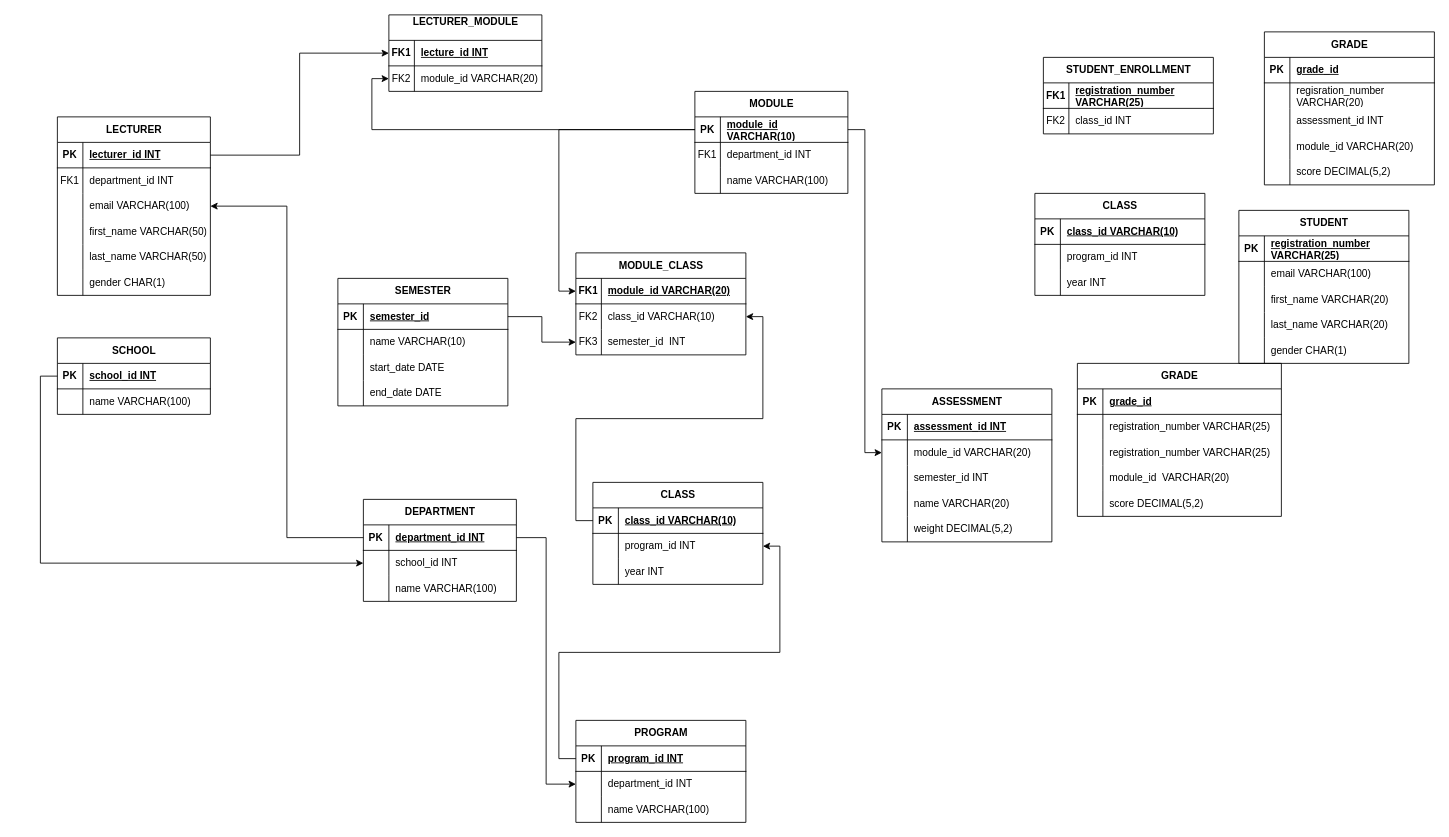
Before: drawio.drawio in Keirontheprogrammer/WEB-Assignment, a draw.io diagram. Source tidied: cells renumbered, new cells numbered last; positions are measured from the earlier drawing's top-left corner, leaving out a move shared by most shapes. Both pictures are drawn from the tidied source at 85%, with x=0, y=0 at pixel (57, 14).
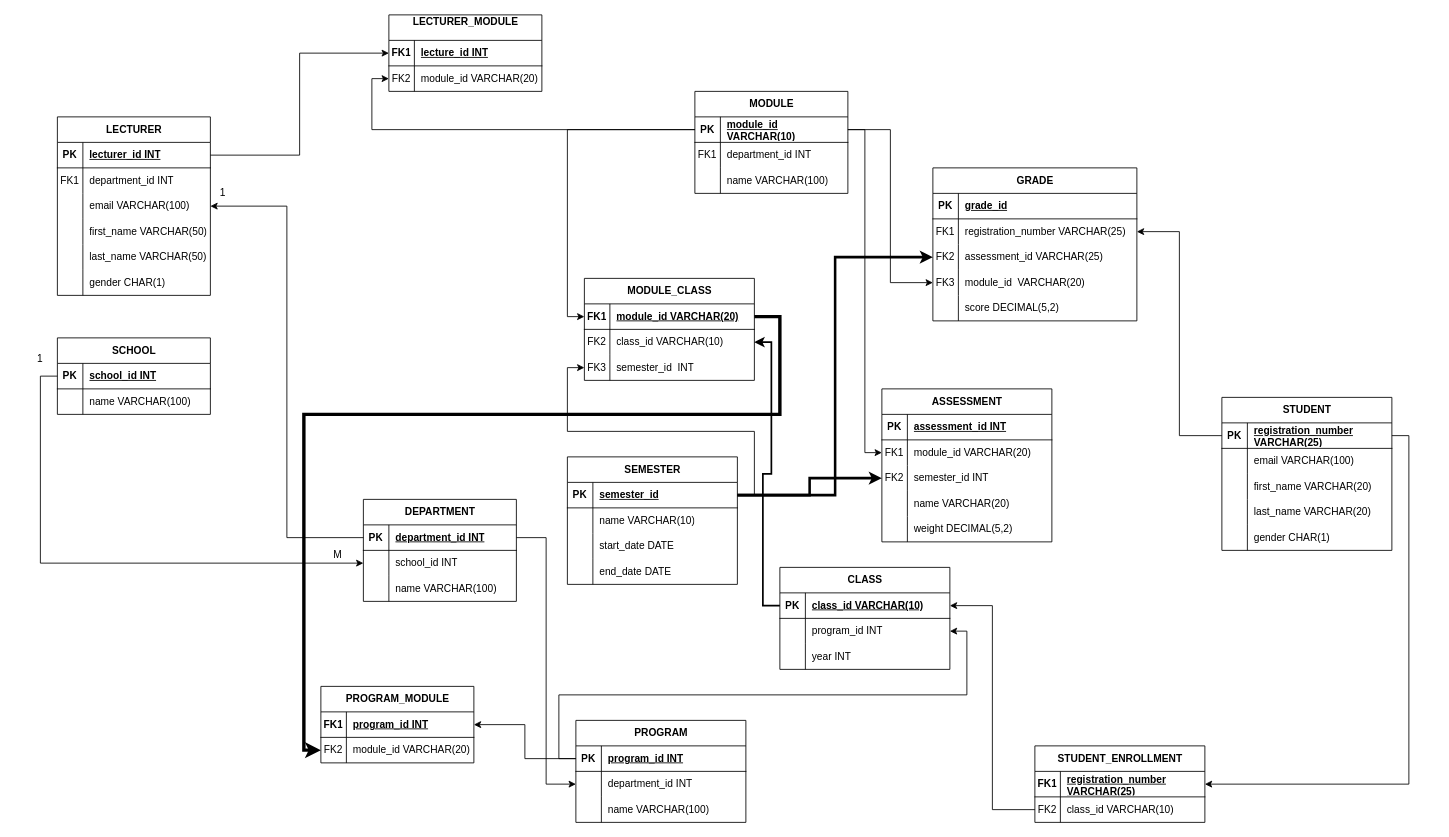
The same diagram, later.

Unchanged cells that the change refers to:
```xml
<mxCell id="39" style="shape=tableRow;horizontal=0;startSize=0;swimlaneHead=0;swimlaneBody=0;fillColor=none;points=[[0,0.5],[1,0.5]];portConstraint=eastwest;top=0;left=0;right=0;bottom=1;" parent="38" vertex="1">
  <mxGeometry y="30" width="180" height="30" as="geometry" />
</mxCell>
<mxCell id="56" style="shape=tableRow;horizontal=0;startSize=0;swimlaneHead=0;swimlaneBody=0;fillColor=none;points=[[0,0.5],[1,0.5]];portConstraint=eastwest;top=0;left=0;right=0;bottom=1;" parent="55" vertex="1">
  <mxGeometry y="30" width="200" height="30" as="geometry" />
</mxCell>
<mxCell id="59" style="shape=tableRow;horizontal=0;startSize=0;swimlaneHead=0;swimlaneBody=0;fillColor=none;points=[[0,0.5],[1,0.5]];portConstraint=eastwest;top=0;left=0;right=0;bottom=0;" parent="55" vertex="1">
  <mxGeometry y="60" width="200" height="30" as="geometry" />
</mxCell>
<mxCell id="66" style="shape=tableRow;horizontal=0;startSize=0;swimlaneHead=0;swimlaneBody=0;fillColor=none;points=[[0,0.5],[1,0.5]];portConstraint=eastwest;top=0;left=0;right=0;bottom=1;" parent="65" vertex="1">
  <mxGeometry y="30" width="200" height="30" as="geometry" />
</mxCell>
<mxCell id="82" style="shape=tableRow;horizontal=0;startSize=0;swimlaneHead=0;swimlaneBody=0;fillColor=none;points=[[0,0.5],[1,0.5]];portConstraint=eastwest;top=0;left=0;right=0;bottom=0;" parent="78" vertex="1">
  <mxGeometry y="60" width="200" height="30" as="geometry" />
</mxCell>
<mxCell id="85" style="shape=tableRow;horizontal=0;startSize=0;swimlaneHead=0;swimlaneBody=0;fillColor=none;points=[[0,0.5],[1,0.5]];portConstraint=eastwest;top=0;left=0;right=0;bottom=0;" parent="78" vertex="1">
  <mxGeometry y="90" width="200" height="30" as="geometry" />
</mxCell>
<mxCell id="108" style="shape=tableRow;horizontal=0;startSize=0;swimlaneHead=0;swimlaneBody=0;fillColor=none;points=[[0,0.5],[1,0.5]];portConstraint=eastwest;top=0;left=0;right=0;bottom=0;" parent="104" vertex="1">
  <mxGeometry y="60" width="240" height="30" as="geometry" />
</mxCell>
<mxCell id="111" style="shape=tableRow;horizontal=0;startSize=0;swimlaneHead=0;swimlaneBody=0;fillColor=none;points=[[0,0.5],[1,0.5]];portConstraint=eastwest;top=0;left=0;right=0;bottom=0;" parent="104" vertex="1">
  <mxGeometry y="90" width="240" height="30" as="geometry" />
</mxCell>
<mxCell id="114" style="shape=tableRow;horizontal=0;startSize=0;swimlaneHead=0;swimlaneBody=0;fillColor=none;points=[[0,0.5],[1,0.5]];portConstraint=eastwest;top=0;left=0;right=0;bottom=0;" parent="104" vertex="1">
  <mxGeometry y="120" width="240" height="30" as="geometry" />
</mxCell>
<mxCell id="121" style="shape=tableRow;horizontal=0;startSize=0;swimlaneHead=0;swimlaneBody=0;fillColor=none;points=[[0,0.5],[1,0.5]];portConstraint=eastwest;top=0;left=0;right=0;bottom=1;" parent="120" vertex="1">
  <mxGeometry y="30" width="200" height="30" as="geometry" />
</mxCell>
<mxCell id="124" style="shape=tableRow;horizontal=0;startSize=0;swimlaneHead=0;swimlaneBody=0;fillColor=none;points=[[0,0.5],[1,0.5]];portConstraint=eastwest;top=0;left=0;right=0;bottom=0;" parent="120" vertex="1">
  <mxGeometry y="60" width="200" height="30" as="geometry" />
</mxCell>
<mxCell id="128" style="shape=tableRow;horizontal=0;startSize=0;swimlaneHead=0;swimlaneBody=0;fillColor=none;points=[[0,0.5],[1,0.5]];portConstraint=eastwest;top=0;left=0;right=0;bottom=1;" parent="127" vertex="1">
  <mxGeometry y="30" width="200" height="30" as="geometry" />
</mxCell>
<mxCell id="160" style="shape=tableRow;horizontal=0;startSize=0;swimlaneHead=0;swimlaneBody=0;fillColor=none;points=[[0,0.5],[1,0.5]];portConstraint=eastwest;top=0;left=0;right=0;bottom=1;" parent="159" vertex="1">
  <mxGeometry y="30" width="200" height="30" as="geometry" />
</mxCell>
<mxCell id="170" style="shape=tableRow;horizontal=0;startSize=0;swimlaneHead=0;swimlaneBody=0;fillColor=none;points=[[0,0.5],[1,0.5]];portConstraint=eastwest;top=0;left=0;right=0;bottom=1;" parent="169" vertex="1">
  <mxGeometry y="30" width="200" height="30" as="geometry" />
</mxCell>
```

Diff of the diagram source:
```diff
@@
     <mxCell id="55" value="&lt;div&gt;MODULE_CLASS&lt;/div&gt;" style="shape=table;startSize=30;childLayout=tableLayout;rowLines=0;fontStyle=1;align=center;html=1;" parent="1" vertex="1">
-      <mxGeometry x="610" y="280" width="200" height="120" as="geometry" />
+      <mxGeometry x="620" y="310" width="200" height="120" as="geometry" />
     </mxCell>
@@
     <mxCell id="65" value="SEMESTER" style="shape=table;startSize=30;childLayout=tableLayout;rowLines=0;fontStyle=1;align=center;html=1;" parent="1" vertex="1">
-      <mxGeometry x="330" y="310" width="200" height="150" as="geometry" />
+      <mxGeometry x="600" y="520" width="200" height="150" as="geometry" />
     </mxCell>
@@
-    <mxCell id="83" style="shape=partialRectangle;fillColor=none;top=0;left=0;bottom=0;right=0;overflow=hidden;whiteSpace=wrap;html=1;" parent="82" vertex="1">
+    <mxCell id="83" value="FK1" style="shape=partialRectangle;fillColor=none;top=0;left=0;bottom=0;right=0;overflow=hidden;whiteSpace=wrap;html=1;" parent="82" vertex="1">
       <mxGeometry width="30" height="30" as="geometry" />
     </mxCell>
@@
-    <mxCell id="86" style="shape=partialRectangle;fillColor=none;top=0;left=0;bottom=0;right=0;overflow=hidden;whiteSpace=wrap;html=1;" parent="85" vertex="1">
+    <mxCell id="86" value="FK2" style="shape=partialRectangle;fillColor=none;top=0;left=0;bottom=0;right=0;overflow=hidden;whiteSpace=wrap;html=1;" parent="85" vertex="1">
       <mxGeometry width="30" height="30" as="geometry" />
     </mxCell>
@@
-    <mxCell id="94" value="CLASS" style="shape=table;startSize=30;childLayout=tableLayout;rowLines=0;fontStyle=1;align=center;html=1;" parent="1" vertex="1">
-      <mxGeometry x="1150" y="210" width="200" height="120" as="geometry" />
-    </mxCell>
-    <mxCell id="95" style="shape=tableRow;horizontal=0;startSize=0;swimlaneHead=0;swimlaneBody=0;fillColor=none;top=0;left=0;right=0;bottom=1;" parent="94" vertex="1">
-      <mxGeometry y="30" width="200" height="30" as="geometry" />
-    </mxCell>
-    <mxCell id="96" value="PK" style="shape=partialRectangle;fillColor=none;top=0;left=0;bottom=0;right=0;fontStyle=1;overflow=hidden;whiteSpace=wrap;html=1;" parent="95" vertex="1">
-      <mxGeometry width="30" height="30" as="geometry" />
-    </mxCell>
-    <mxCell id="97" value="class_id VARCHAR(10)" style="shape=partialRectangle;fillColor=none;top=0;left=0;bottom=0;right=0;align=left;spacingLeft=6;fontStyle=5;overflow=hidden;whiteSpace=wrap;html=1;" parent="95" vertex="1">
-      <mxGeometry x="30" width="170" height="30" as="geometry" />
-    </mxCell>
-    <mxCell id="98" style="shape=tableRow;horizontal=0;startSize=0;swimlaneHead=0;swimlaneBody=0;fillColor=none;top=0;left=0;right=0;bottom=0;" parent="94" vertex="1">
-      <mxGeometry y="60" width="200" height="30" as="geometry" />
-    </mxCell>
-    <mxCell id="99" style="shape=partialRectangle;fillColor=none;top=0;left=0;bottom=0;right=0;overflow=hidden;whiteSpace=wrap;html=1;" parent="98" vertex="1">
-      <mxGeometry width="30" height="30" as="geometry" />
-    </mxCell>
-    <mxCell id="100" value="program_id INT" style="shape=partialRectangle;fillColor=none;top=0;left=0;bottom=0;right=0;align=left;spacingLeft=6;overflow=hidden;whiteSpace=wrap;html=1;" parent="98" vertex="1">
-      <mxGeometry x="30" width="170" height="30" as="geometry" />
-    </mxCell>
-    <mxCell id="101" style="shape=tableRow;horizontal=0;startSize=0;swimlaneHead=0;swimlaneBody=0;fillColor=none;top=0;left=0;right=0;bottom=0;" parent="94" vertex="1">
-      <mxGeometry y="90" width="200" height="30" as="geometry" />
-    </mxCell>
-    <mxCell id="102" style="shape=partialRectangle;fillColor=none;top=0;left=0;bottom=0;right=0;overflow=hidden;whiteSpace=wrap;html=1;" parent="101" vertex="1">
-      <mxGeometry width="30" height="30" as="geometry" />
-    </mxCell>
-    <mxCell id="103" value="year INT" style="shape=partialRectangle;fillColor=none;top=0;left=0;bottom=0;right=0;align=left;spacingLeft=6;overflow=hidden;whiteSpace=wrap;html=1;" parent="101" vertex="1">
-      <mxGeometry x="30" width="170" height="30" as="geometry" />
-    </mxCell>
     <mxCell id="104" value="GRADE" style="shape=table;startSize=30;childLayout=tableLayout;rowLines=0;fontStyle=1;align=center;html=1;" parent="1" vertex="1">
-      <mxGeometry x="1200" y="410" width="240" height="180" as="geometry" />
+      <mxGeometry x="1030" y="180" width="240" height="180" as="geometry" />
     </mxCell>
@@
-    <mxCell id="109" style="shape=partialRectangle;fillColor=none;top=0;left=0;bottom=0;right=0;overflow=hidden;whiteSpace=wrap;html=1;" parent="108" vertex="1">
+    <mxCell id="109" value="FK1" style="shape=partialRectangle;fillColor=none;top=0;left=0;bottom=0;right=0;overflow=hidden;whiteSpace=wrap;html=1;" parent="108" vertex="1">
       <mxGeometry width="30" height="30" as="geometry" />
     </mxCell>
@@
-    <mxCell id="112" style="shape=partialRectangle;fillColor=none;top=0;left=0;bottom=0;right=0;overflow=hidden;whiteSpace=wrap;html=1;" parent="111" vertex="1">
+    <mxCell id="112" value="FK2" style="shape=partialRectangle;fillColor=none;top=0;left=0;bottom=0;right=0;overflow=hidden;whiteSpace=wrap;html=1;" parent="111" vertex="1">
       <mxGeometry width="30" height="30" as="geometry" />
     </mxCell>
-    <mxCell id="113" value="registration_number VARCHAR(25)" style="shape=partialRectangle;fillColor=none;top=0;left=0;bottom=0;right=0;align=left;spacingLeft=6;overflow=hidden;whiteSpace=wrap;html=1;" parent="111" vertex="1">
+    <mxCell id="113" value="assessment_id VARCHAR(25)" style="shape=partialRectangle;fillColor=none;top=0;left=0;bottom=0;right=0;align=left;spacingLeft=6;overflow=hidden;whiteSpace=wrap;html=1;" parent="111" vertex="1">
       <mxGeometry x="30" width="210" height="30" as="geometry" />
     </mxCell>
@@
-    <mxCell id="115" style="shape=partialRectangle;fillColor=none;top=0;left=0;bottom=0;right=0;overflow=hidden;whiteSpace=wrap;html=1;" parent="114" vertex="1">
+    <mxCell id="115" value="&lt;div&gt;FK3&lt;/div&gt;" style="shape=partialRectangle;fillColor=none;top=0;left=0;bottom=0;right=0;overflow=hidden;whiteSpace=wrap;html=1;" parent="114" vertex="1">
       <mxGeometry width="30" height="30" as="geometry" />
     </mxCell>
@@
     <mxCell id="120" value="STUDENT_ENROLLMENT" style="shape=table;startSize=30;childLayout=tableLayout;rowLines=0;fontStyle=1;align=center;html=1;" parent="1" vertex="1">
-      <mxGeometry x="1160" y="50" width="200" height="90" as="geometry" />
+      <mxGeometry x="1150" y="860" width="200" height="90" as="geometry" />
     </mxCell>
@@
-    <mxCell id="126" value="class_id INT" style="shape=partialRectangle;fillColor=none;top=0;left=0;bottom=0;right=0;align=left;spacingLeft=6;overflow=hidden;whiteSpace=wrap;html=1;" parent="124" vertex="1">
+    <mxCell id="126" value="class_id VARCHAR(10)" style="shape=partialRectangle;fillColor=none;top=0;left=0;bottom=0;right=0;align=left;spacingLeft=6;overflow=hidden;whiteSpace=wrap;html=1;" parent="124" vertex="1">
       <mxGeometry x="30" width="170" height="30" as="geometry" />
     </mxCell>
     <mxCell id="127" value="STUDENT" style="shape=table;startSize=30;childLayout=tableLayout;rowLines=0;fontStyle=1;align=center;html=1;" parent="1" vertex="1">
-      <mxGeometry x="1390" y="230" width="200" height="180" as="geometry" />
+      <mxGeometry x="1370" y="450" width="200" height="180" as="geometry" />
     </mxCell>
@@
-    <mxCell id="143" value="GRADE" style="shape=table;startSize=30;childLayout=tableLayout;rowLines=0;fontStyle=1;align=center;html=1;" parent="1" vertex="1">
-      <mxGeometry x="1420" y="20" width="200" height="180" as="geometry" />
-    </mxCell>
-    <mxCell id="144" style="shape=tableRow;horizontal=0;startSize=0;swimlaneHead=0;swimlaneBody=0;fillColor=none;top=0;left=0;right=0;bottom=1;" parent="143" vertex="1">
-      <mxGeometry y="30" width="200" height="30" as="geometry" />
-    </mxCell>
-    <mxCell id="145" value="PK" style="shape=partialRectangle;fillColor=none;top=0;left=0;bottom=0;right=0;fontStyle=1;overflow=hidden;whiteSpace=wrap;html=1;" parent="144" vertex="1">
-      <mxGeometry width="30" height="30" as="geometry" />
-    </mxCell>
-    <mxCell id="146" value="grade_id" style="shape=partialRectangle;fillColor=none;top=0;left=0;bottom=0;right=0;align=left;spacingLeft=6;fontStyle=5;overflow=hidden;whiteSpace=wrap;html=1;" parent="144" vertex="1">
-      <mxGeometry x="30" width="170" height="30" as="geometry" />
-    </mxCell>
-    <mxCell id="147" style="shape=tableRow;horizontal=0;startSize=0;swimlaneHead=0;swimlaneBody=0;fillColor=none;top=0;left=0;right=0;bottom=0;" parent="143" vertex="1">
-      <mxGeometry y="60" width="200" height="30" as="geometry" />
-    </mxCell>
-    <mxCell id="148" style="shape=partialRectangle;fillColor=none;top=0;left=0;bottom=0;right=0;overflow=hidden;whiteSpace=wrap;html=1;" parent="147" vertex="1">
-      <mxGeometry width="30" height="30" as="geometry" />
-    </mxCell>
-    <mxCell id="149" value="regisration_number VARCHAR(20)" style="shape=partialRectangle;fillColor=none;top=0;left=0;bottom=0;right=0;align=left;spacingLeft=6;overflow=hidden;whiteSpace=wrap;html=1;" parent="147" vertex="1">
-      <mxGeometry x="30" width="170" height="30" as="geometry" />
-    </mxCell>
-    <mxCell id="150" style="shape=tableRow;horizontal=0;startSize=0;swimlaneHead=0;swimlaneBody=0;fillColor=none;top=0;left=0;right=0;bottom=0;" parent="143" vertex="1">
-      <mxGeometry y="90" width="200" height="30" as="geometry" />
-    </mxCell>
-    <mxCell id="151" style="shape=partialRectangle;fillColor=none;top=0;left=0;bottom=0;right=0;overflow=hidden;whiteSpace=wrap;html=1;" parent="150" vertex="1">
-      <mxGeometry width="30" height="30" as="geometry" />
-    </mxCell>
-    <mxCell id="152" value="assessment_id INT" style="shape=partialRectangle;fillColor=none;top=0;left=0;bottom=0;right=0;align=left;spacingLeft=6;overflow=hidden;whiteSpace=wrap;html=1;" parent="150" vertex="1">
-      <mxGeometry x="30" width="170" height="30" as="geometry" />
-    </mxCell>
-    <mxCell id="153" style="shape=tableRow;horizontal=0;startSize=0;swimlaneHead=0;swimlaneBody=0;fillColor=none;top=0;left=0;right=0;bottom=0;" parent="143" vertex="1">
-      <mxGeometry y="120" width="200" height="30" as="geometry" />
-    </mxCell>
-    <mxCell id="154" style="shape=partialRectangle;fillColor=none;top=0;left=0;bottom=0;right=0;overflow=hidden;whiteSpace=wrap;html=1;" parent="153" vertex="1">
-      <mxGeometry width="30" height="30" as="geometry" />
-    </mxCell>
-    <mxCell id="155" value="module_id VARCHAR(20)" style="shape=partialRectangle;fillColor=none;top=0;left=0;bottom=0;right=0;align=left;spacingLeft=6;overflow=hidden;whiteSpace=wrap;html=1;" parent="153" vertex="1">
-      <mxGeometry x="30" width="170" height="30" as="geometry" />
-    </mxCell>
-    <mxCell id="156" style="shape=tableRow;horizontal=0;startSize=0;swimlaneHead=0;swimlaneBody=0;fillColor=none;top=0;left=0;right=0;bottom=0;" parent="143" vertex="1">
-      <mxGeometry y="150" width="200" height="30" as="geometry" />
-    </mxCell>
-    <mxCell id="157" style="shape=partialRectangle;fillColor=none;top=0;left=0;bottom=0;right=0;overflow=hidden;whiteSpace=wrap;html=1;" parent="156" vertex="1">
-      <mxGeometry width="30" height="30" as="geometry" />
-    </mxCell>
-    <mxCell id="158" value="score DECIMAL(5,2)" style="shape=partialRectangle;fillColor=none;top=0;left=0;bottom=0;right=0;align=left;spacingLeft=6;overflow=hidden;whiteSpace=wrap;html=1;" parent="156" vertex="1">
-      <mxGeometry x="30" width="170" height="30" as="geometry" />
-    </mxCell>
@@
     <mxCell id="169" value="CLASS" style="shape=table;startSize=30;childLayout=tableLayout;rowLines=0;fontStyle=1;align=center;html=1;" parent="1" vertex="1">
-      <mxGeometry x="630" y="550" width="200" height="120" as="geometry" />
+      <mxGeometry x="850" y="650" width="200" height="120" as="geometry" />
     </mxCell>
@@
-    <mxCell id="187" style="edgeStyle=orthogonalEdgeStyle;rounded=0;jettySize=auto;html=1;exitX=0;exitY=0.5;exitDx=0;exitDy=0;entryX=1;entryY=0.5;entryDx=0;entryDy=0;" parent="1" edge="1" source="170" target="59">
+    <mxCell id="187" style="edgeStyle=orthogonalEdgeStyle;rounded=0;jettySize=auto;html=1;exitX=0;exitY=0.5;exitDx=0;exitDy=0;entryX=1;entryY=0.5;entryDx=0;entryDy=0;strokeWidth=2;" parent="1" edge="1" source="170" target="59">
       <mxGeometry relative="1" as="geometry" />
     </mxCell>
@@
+    <mxCell id="189" style="edgeStyle=orthogonalEdgeStyle;rounded=0;jettySize=auto;html=1;exitX=1;exitY=0.5;exitDx=0;exitDy=0;entryX=0;entryY=0.5;entryDx=0;entryDy=0;strokeWidth=3;" parent="1" edge="1" source="66" target="85">
+      <mxGeometry relative="1" as="geometry" />
+    </mxCell>
+    <mxCell id="190" style="edgeStyle=orthogonalEdgeStyle;rounded=0;jettySize=auto;html=1;exitX=1;exitY=0.5;exitDx=0;exitDy=0;entryX=0;entryY=0.5;entryDx=0;entryDy=0;" parent="1" edge="1" source="39" target="114">
+      <mxGeometry relative="1" as="geometry" />
+    </mxCell>
+    <mxCell id="191" style="edgeStyle=orthogonalEdgeStyle;rounded=0;jettySize=auto;html=1;exitX=1;exitY=0.5;exitDx=0;exitDy=0;entryX=0;entryY=0.5;entryDx=0;entryDy=0;strokeWidth=3;" parent="1" edge="1" source="66" target="111">
+      <mxGeometry relative="1" as="geometry" />
+    </mxCell>
+    <mxCell id="192" style="edgeStyle=orthogonalEdgeStyle;rounded=0;jettySize=auto;html=1;exitX=0;exitY=0.5;exitDx=0;exitDy=0;entryX=1;entryY=0.5;entryDx=0;entryDy=0;" parent="1" edge="1" source="128" target="108">
+      <mxGeometry relative="1" as="geometry" />
+    </mxCell>
+    <mxCell id="193" style="edgeStyle=orthogonalEdgeStyle;rounded=0;jettySize=auto;html=1;exitX=1;exitY=0.5;exitDx=0;exitDy=0;entryX=1;entryY=0.5;entryDx=0;entryDy=0;" parent="1" edge="1" source="128" target="121">
+      <mxGeometry relative="1" as="geometry" />
+    </mxCell>
+    <mxCell id="194" style="edgeStyle=orthogonalEdgeStyle;rounded=0;jettySize=auto;html=1;exitX=0;exitY=0.5;exitDx=0;exitDy=0;entryX=1;entryY=0.5;entryDx=0;entryDy=0;" parent="1" edge="1" source="124" target="170">
+      <mxGeometry relative="1" as="geometry" />
+    </mxCell>
+    <mxCell id="195" value="PROGRAM_MODULE" style="shape=table;startSize=30;childLayout=tableLayout;rowLines=0;fontStyle=1;align=center;html=1;" parent="1" vertex="1">
+      <mxGeometry x="310" y="790" width="180" height="90" as="geometry" />
+    </mxCell>
+    <mxCell id="196" style="shape=tableRow;horizontal=0;startSize=0;swimlaneHead=0;swimlaneBody=0;fillColor=none;points=[[0,0.5],[1,0.5]];portConstraint=eastwest;top=0;left=0;right=0;bottom=1;" parent="195" vertex="1">
+      <mxGeometry y="30" width="180" height="30" as="geometry" />
+    </mxCell>
+    <mxCell id="197" value="FK1" style="shape=partialRectangle;fillColor=none;top=0;left=0;bottom=0;right=0;fontStyle=1;overflow=hidden;whiteSpace=wrap;html=1;" parent="196" vertex="1">
+      <mxGeometry width="30" height="30" as="geometry" />
+    </mxCell>
+    <mxCell id="100" value="program_id INT" style="shape=partialRectangle;fillColor=none;top=0;left=0;bottom=0;right=0;align=left;spacingLeft=6;fontStyle=5;overflow=hidden;whiteSpace=wrap;html=1;" parent="196" vertex="1">
+      <mxGeometry x="30" width="150" height="30" as="geometry" />
+    </mxCell>
+    <mxCell id="198" style="shape=tableRow;horizontal=0;startSize=0;swimlaneHead=0;swimlaneBody=0;fillColor=none;points=[[0,0.5],[1,0.5]];portConstraint=eastwest;top=0;left=0;right=0;bottom=0;" parent="195" vertex="1">
+      <mxGeometry y="60" width="180" height="30" as="geometry" />
+    </mxCell>
+    <mxCell id="199" value="FK2" style="shape=partialRectangle;fillColor=none;top=0;left=0;bottom=0;right=0;overflow=hidden;whiteSpace=wrap;html=1;" parent="198" vertex="1">
+      <mxGeometry width="30" height="30" as="geometry" />
+    </mxCell>
+    <mxCell id="155" value="module_id VARCHAR(20)" style="shape=partialRectangle;fillColor=none;top=0;left=0;bottom=0;right=0;align=left;spacingLeft=6;overflow=hidden;whiteSpace=wrap;html=1;" parent="198" vertex="1">
+      <mxGeometry x="30" width="150" height="30" as="geometry" />
+    </mxCell>
+    <mxCell id="200" style="edgeStyle=orthogonalEdgeStyle;rounded=0;jettySize=auto;html=1;exitX=0;exitY=0.5;exitDx=0;exitDy=0;entryX=1;entryY=0.5;entryDx=0;entryDy=0;" parent="1" edge="1" source="160" target="196">
+      <mxGeometry relative="1" as="geometry" />
+    </mxCell>
+    <mxCell id="201" style="edgeStyle=orthogonalEdgeStyle;rounded=0;jettySize=auto;html=1;exitX=1;exitY=0.5;exitDx=0;exitDy=0;entryX=0;entryY=0.5;entryDx=0;entryDy=0;strokeWidth=4;" parent="1" edge="1" source="56" target="198">
+      <mxGeometry relative="1" as="geometry">
+        <Array as="points">
+          <mxPoint x="850" y="355" />
+          <mxPoint x="850" y="470" />
+          <mxPoint x="290" y="470" />
+          <mxPoint x="290" y="865" />
+        </Array>
+      </mxGeometry>
+    </mxCell>
+    <mxCell id="202" value="1" style="text;html=1;whiteSpace=wrap;strokeColor=none;fillColor=none;align=center;verticalAlign=middle;rounded=0;" parent="1" vertex="1">
+      <mxGeometry x="-50" y="390" width="60" height="30" as="geometry" />
+    </mxCell>
+    <mxCell id="203" value="M" style="text;html=1;whiteSpace=wrap;strokeColor=none;fillColor=none;align=center;verticalAlign=middle;rounded=0;" parent="1" vertex="1">
+      <mxGeometry x="300" y="620" width="60" height="30" as="geometry" />
+    </mxCell>
+    <mxCell id="204" value="1" style="text;html=1;whiteSpace=wrap;strokeColor=none;fillColor=none;align=center;verticalAlign=middle;rounded=0;" parent="1" vertex="1">
+      <mxGeometry x="170" y="200" width="50" height="20" as="geometry" />
+    </mxCell>
```
